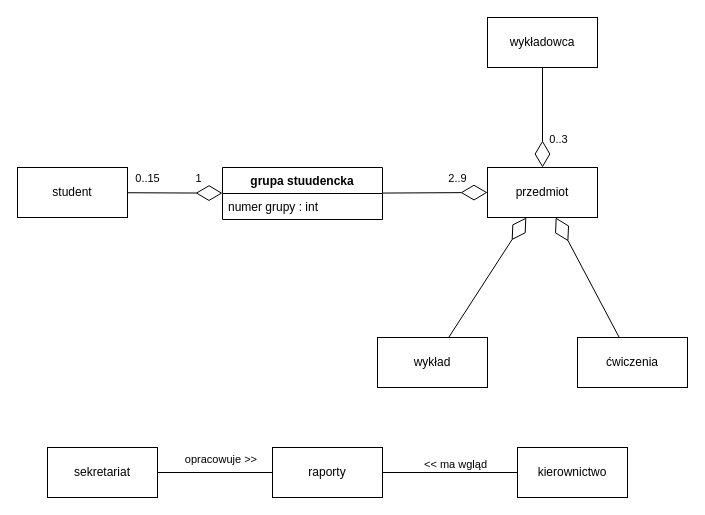
Earlier version of the draw.io diagram lab2.04.drawio (KacperJarosik/drow.io-scheme). Source tidied: cells renumbered, new cells numbered last; positions are measured from the earlier drawing's top-left corner, leaving out a move shared by most shapes. Both pictures are drawn from the tidied source at 100%, with x=0, y=0 at pixel (17, 17).
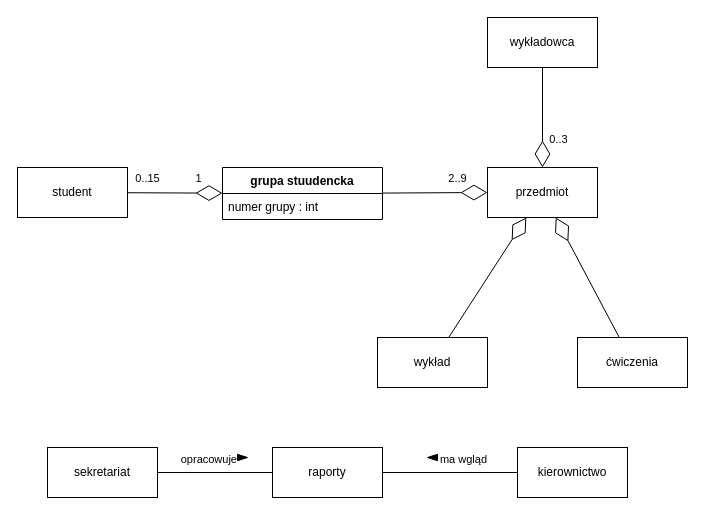
Above is the later version.

Unchanged cells that the change refers to:
```xml
<mxCell id="21" style="endArrow=none;html=1;edgeStyle=orthogonalEdgeStyle;rounded=0;" parent="1" edge="1" source="18" target="19">
  <mxGeometry relative="1" as="geometry" />
</mxCell>
<mxCell id="23" style="endArrow=none;html=1;edgeStyle=orthogonalEdgeStyle;rounded=0;" parent="1" edge="1" source="19" target="20">
  <mxGeometry relative="1" as="geometry" />
</mxCell>
```

Diff of the diagram source:
```diff
@@
-    <mxCell id="22" value="opracowuje &amp;gt;&amp;gt;" style="edgeLabel;html=1;align=right;verticalAlign=bottom;" parent="21" vertex="1">
+    <mxCell id="22" value="opracowuje" style="edgeLabel;html=1;align=right;verticalAlign=bottom;" parent="21" vertex="1">
       <mxGeometry x="1" relative="1" as="geometry">
-        <mxPoint x="-15" y="-5" as="offset" />
+        <mxPoint x="-35" y="-5" as="offset" />
       </mxGeometry>
     </mxCell>
@@
-    <mxCell id="24" value="&amp;lt;&amp;lt; ma wgląd" style="edgeLabel;html=1;align=right;verticalAlign=bottom;" parent="23" vertex="1">
+    <mxCell id="24" value="ma wgląd" style="edgeLabel;html=1;align=right;verticalAlign=bottom;" parent="23" vertex="1">
       <mxGeometry x="1" relative="1" as="geometry">
-        <mxPoint x="-30" as="offset" />
+        <mxPoint x="-30" y="-5" as="offset" />
       </mxGeometry>
     </mxCell>
+    <mxCell id="25" style="shape=mxgraph.arrows2.wedgeArrow;html=1;startWidth=3.1999999999999993;fillColor=strokeColor;defaultFillColor=invert;defaultGradientColor=invert;rounded=0;" parent="1" edge="1">
+      <mxGeometry relative="1" as="geometry">
+        <mxPoint x="420" y="440" as="sourcePoint" />
+        <mxPoint x="410" y="440" as="targetPoint" />
+      </mxGeometry>
+    </mxCell>
+    <mxCell id="26" style="shape=mxgraph.arrows2.wedgeArrow;html=1;startWidth=3.1999999999999993;fillColor=strokeColor;defaultFillColor=invert;defaultGradientColor=invert;rounded=0;" parent="1" edge="1">
+      <mxGeometry relative="1" as="geometry">
+        <mxPoint x="220" y="440" as="sourcePoint" />
+        <mxPoint x="230" y="440" as="targetPoint" />
+      </mxGeometry>
+    </mxCell>
```
